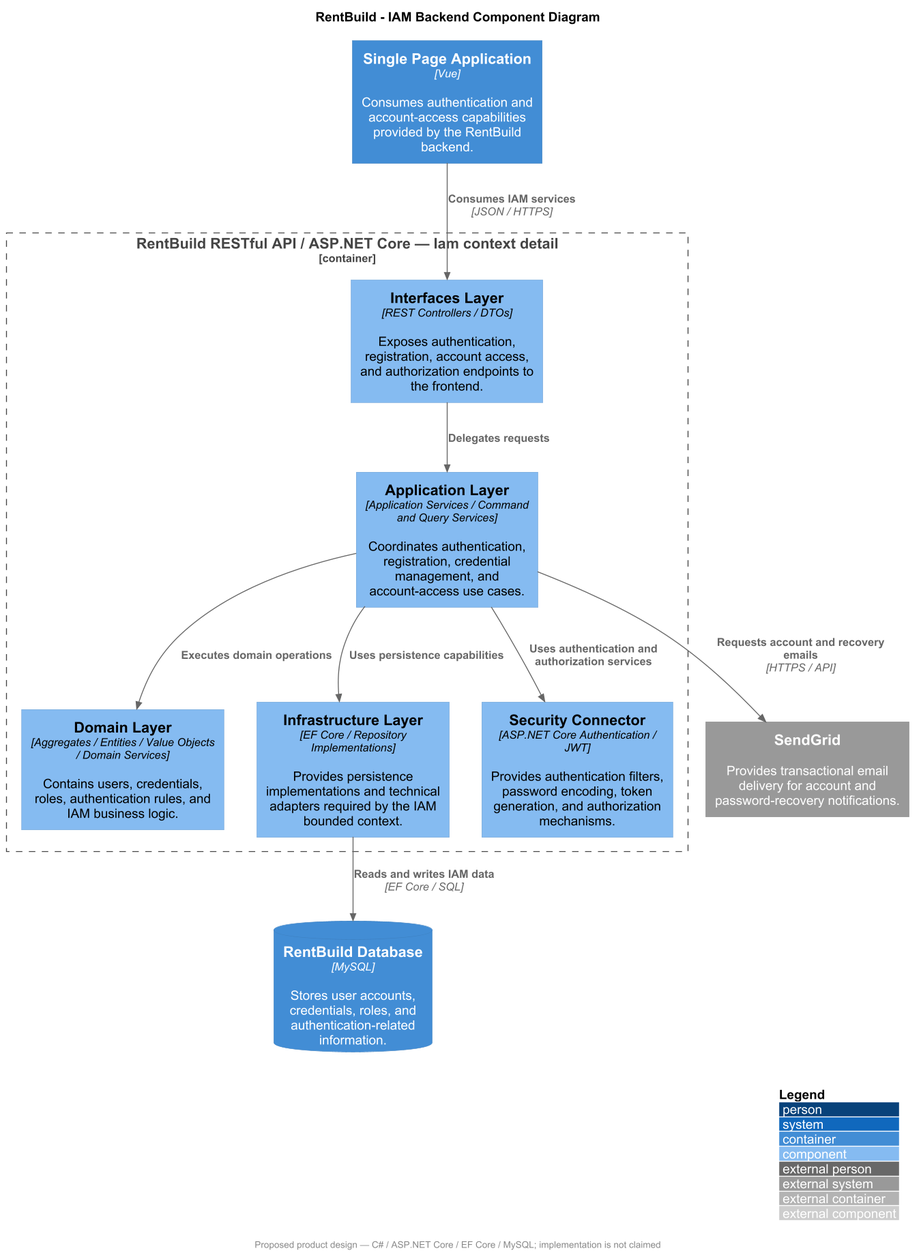
This is assets/tb1-reference-design/rentbuild-backend-iam-component-diagram.png from upc-pre-202620-1asi0730-8093-dataflux/dataflux-project-report, a PlantUML export, as it was before one commit.
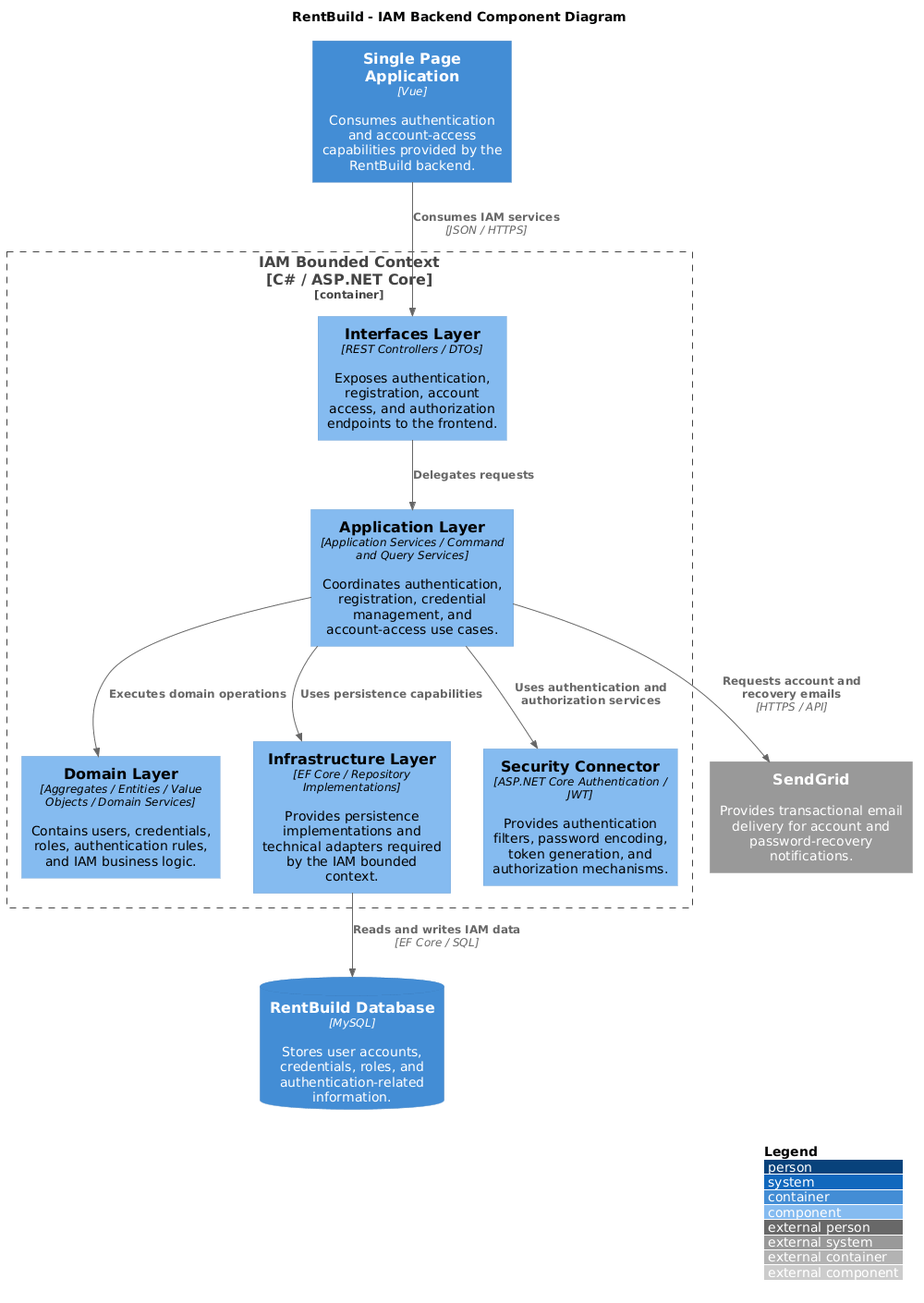
Above is the later version.

What changed in the source:
```diff
@@ -1,8 +1,5 @@
 @startuml
-skinparam backgroundColor white
-skinparam shadowing false
-skinparam defaultFontName Arial
-skinparam dpi 130
+skinparam defaultFontName "DejaVu Sans"
 !include <C4/C4_Component>
 
 LAYOUT_WITH_LEGEND()
@@ -11,7 +8,7 @@
 
 Container(spa, "Single Page Application", "Vue", "Consumes authentication and account-access capabilities provided by the RentBuild backend.")
 
-Container_Boundary(iam_context, "RentBuild RESTful API / ASP.NET Core — Iam context detail") {
+Container_Boundary(iam_context, "IAM Bounded Context\n[C# / ASP.NET Core]") {
     Component(interfaces_layer, "Interfaces Layer", "REST Controllers / DTOs", "Exposes authentication, registration, account access, and authorization endpoints to the frontend.")
     Component(application_layer, "Application Layer", "Application Services / Command and Query Services", "Coordinates authentication, registration, credential management, and account-access use cases.")
     Component(domain_layer, "Domain Layer", "Aggregates / Entities / Value Objects / Domain Services", "Contains users, credentials, roles, authentication rules, and IAM business logic.")
@@ -31,5 +28,4 @@
 
 Rel(application_layer, sendgrid, "Requests account and recovery emails", "HTTPS / API")
 Rel(infrastructure_layer, database, "Reads and writes IAM data", "EF Core / SQL")
-footer Proposed product design — C# / ASP.NET Core / EF Core / MySQL; implementation is not claimed
 @enduml
```
